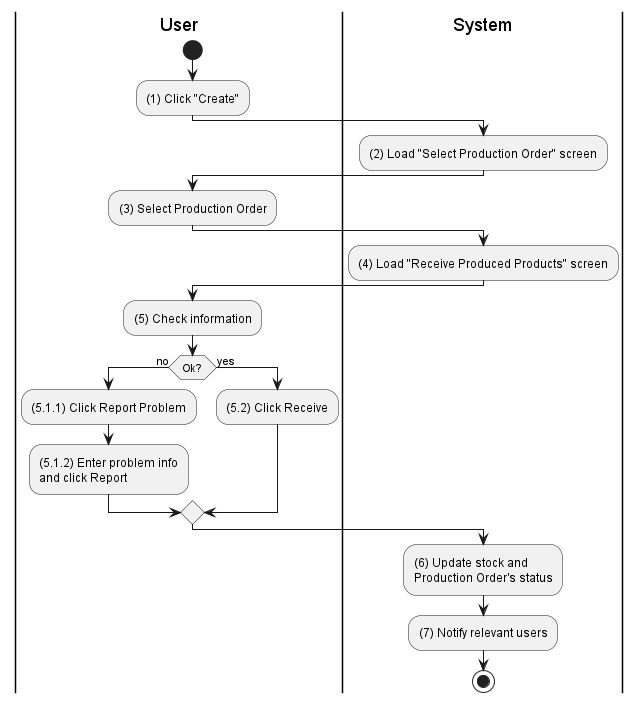
The PlantUML diagram activities/inventory-product-receive.png in phihungha/scmss-reqs, before a commit.
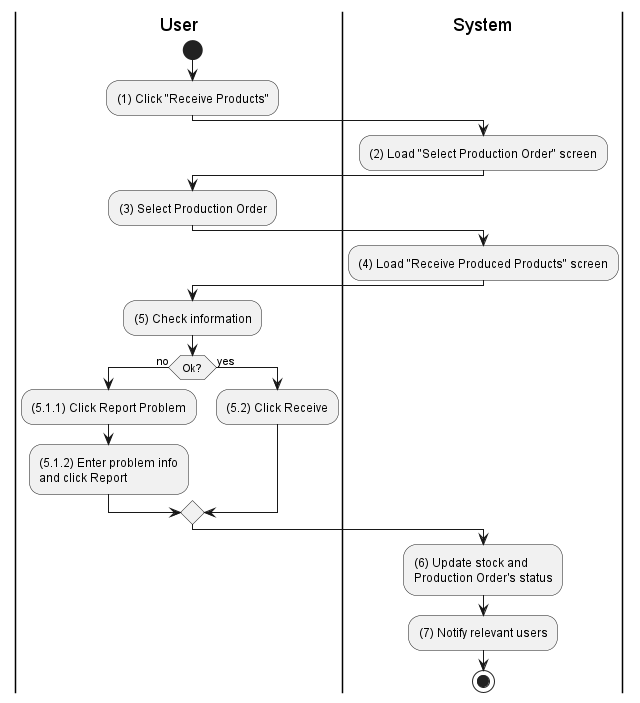
Later version of the same file.

Diff of the diagram source:
```diff
@@ -4,7 +4,7 @@
 
 |u|
 start
-:(1) Click "Create";
+:(1) Click "Receive Products";
 
 |s|
 :(2) Load "Select Production Order" screen;
```
